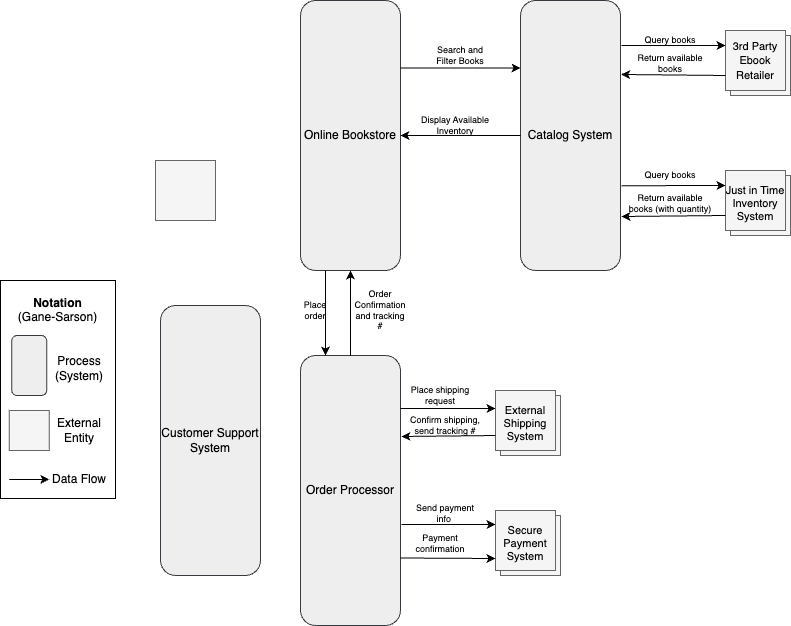
The draw.io diagram Assignment2/Untitled.png in TanHess/SoftwareArchitectureAndDesign, before a commit. Source tidied: cells renumbered, new cells last; positions are measured from the earlier drawing's top-left corner, leaving out a move shared by most shapes.
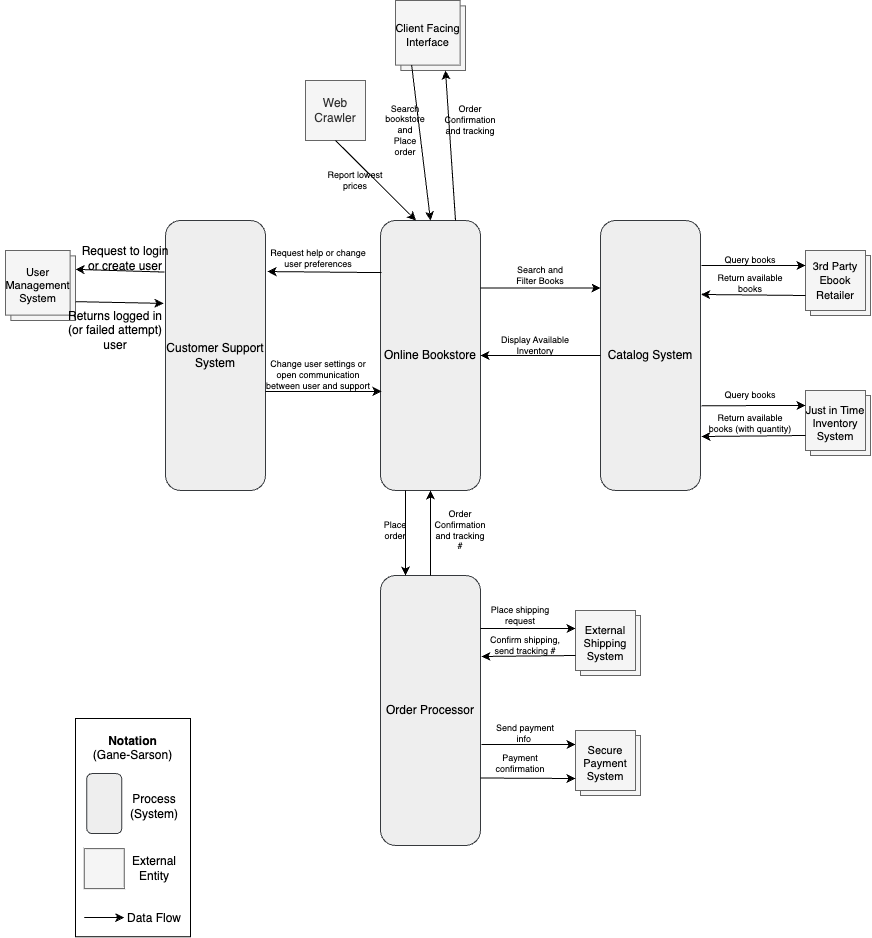
The same diagram one commit later.

Diff of the diagram source:
```diff
@@ -6,7 +6,7 @@
       <mxGeometry x="267" y="55" width="270" height="100" as="geometry" />
     </mxCell>
     <mxCell id="3" style="group;" parent="1" vertex="1">
-      <mxGeometry x="52" y="250" width="115" height="218.1" as="geometry" />
+      <mxGeometry x="47" y="468.1" width="115" height="218.1" as="geometry" />
     </mxCell>
     <mxCell id="4" value="&lt;b&gt;Notation&lt;/b&gt;&lt;br&gt;(Gane-Sarson)&lt;br&gt;&lt;br&gt;&lt;br&gt;&lt;br&gt;&lt;br&gt;&lt;br&gt;&lt;br&gt;&lt;br&gt;&lt;br&gt;&lt;br&gt;&lt;br&gt;&lt;br&gt;" style="rounded=0;whiteSpace=wrap;html=1;rotation=90;direction=east;horizontal=0;labelPosition=center;verticalLabelPosition=middle;align=center;verticalAlign=middle;" parent="3" vertex="1">
       <mxGeometry x="-51.6" y="51.6" width="218.1" height="115" as="geometry" />
@@ -32,8 +32,8 @@
     <mxCell id="10" value="Data Flow" style="text;html=1;strokeColor=none;fillColor=none;align=center;verticalAlign=middle;whiteSpace=wrap;rounded=0;" parent="3" vertex="1">
       <mxGeometry x="48.7" y="184.4" width="60" height="30" as="geometry" />
     </mxCell>
-    <mxCell id="11" style="whiteSpace=wrap;html=1;fillColor=#f5f5f5;strokeColor=#666666;fontColor=#333333;" parent="1" vertex="1">
-      <mxGeometry x="207" y="130" width="60" height="60" as="geometry" />
+    <mxCell id="11" value="Web Crawler" style="whiteSpace=wrap;html=1;fillColor=#f5f5f5;strokeColor=#666666;fontColor=#333333;" parent="1" vertex="1">
+      <mxGeometry x="277" y="-170" width="60" height="60" as="geometry" />
     </mxCell>
     <mxCell id="12" style="group;fontSize=11;" parent="1" vertex="1">
       <mxGeometry x="777" width="65" height="65" as="geometry" />
@@ -69,7 +69,7 @@
       <mxGeometry y="17.5" width="70" height="30" as="geometry" />
     </mxCell>
     <mxCell id="23" value="Customer Support System" style="rounded=1;whiteSpace=wrap;html=1;rotation=90;fillColor=#eeeeee;strokeColor=#36393d;horizontal=0;" parent="1" vertex="1">
-      <mxGeometry x="127" y="360" width="270" height="100" as="geometry" />
+      <mxGeometry x="52" y="55" width="270" height="100" as="geometry" />
     </mxCell>
     <mxCell id="24" value="Order Processor" style="rounded=1;whiteSpace=wrap;html=1;rotation=90;fillColor=#eeeeee;strokeColor=#36393d;horizontal=0;" parent="1" vertex="1">
       <mxGeometry x="267" y="410" width="270" height="100" as="geometry" />
@@ -185,5 +185,79 @@
     <mxCell id="59" value="Payment confirmation" style="text;html=1;strokeColor=none;fillColor=none;align=center;verticalAlign=middle;whiteSpace=wrap;rounded=0;fontSize=9;" parent="1" vertex="1">
       <mxGeometry x="457" y="501.6" width="70" height="21.9" as="geometry" />
     </mxCell>
+    <mxCell id="60" style="group;" parent="1" vertex="1">
+      <mxGeometry x="-23" width="70" height="70" as="geometry" />
+    </mxCell>
+    <mxCell id="61" style="whiteSpace=wrap;html=1;fillColor=#f5f5f5;strokeColor=#666666;fontColor=#333333;" parent="60" vertex="1">
+      <mxGeometry x="5.4" y="5.4" width="64.6" height="64.6" as="geometry" />
+    </mxCell>
+    <mxCell id="62" style="group;" parent="60" vertex="1">
+      <mxGeometry x="-5.4" width="75.4" height="64.6" as="geometry" />
+    </mxCell>
+    <mxCell id="63" style="whiteSpace=wrap;html=1;fillColor=#f5f5f5;strokeColor=#666666;fontColor=#333333;" parent="62" vertex="1">
+      <mxGeometry x="5.4" width="64.6" height="64.6" as="geometry" />
+    </mxCell>
+    <mxCell id="64" value="User Management System" style="text;html=1;strokeColor=none;fillColor=none;align=center;verticalAlign=middle;whiteSpace=wrap;rounded=0;fontSize=11;" parent="62" vertex="1">
+      <mxGeometry y="18.8" width="75.4" height="32.3" as="geometry" />
+    </mxCell>
+    <mxCell id="65" style="endArrow=classic;html=1;rounded=0;exitX=0.5;exitY=1;exitDx=0;exitDy=0;entryX=0;entryY=0.645;entryDx=0;entryDy=0;entryPerimeter=0;" parent="1" edge="1" source="11" target="2">
+      <mxGeometry relative="1" as="geometry" />
+    </mxCell>
+    <mxCell id="66" value="Report lowest prices" style="text;html=1;strokeColor=none;fillColor=none;align=center;verticalAlign=middle;whiteSpace=wrap;rounded=0;fontSize=9;" parent="1" vertex="1">
+      <mxGeometry x="297" y="-80" width="60" height="20" as="geometry" />
+    </mxCell>
+    <mxCell id="67" style="endArrow=classic;html=1;rounded=0;exitX=0.193;exitY=0.99;exitDx=0;exitDy=0;exitPerimeter=0;entryX=0.189;entryY=-0.02;entryDx=0;entryDy=0;entryPerimeter=0;" parent="1" edge="1" source="2" target="23">
+      <mxGeometry relative="1" as="geometry" />
+    </mxCell>
+    <mxCell id="68" style="endArrow=classic;html=1;rounded=0;exitX=0.633;exitY=0;exitDx=0;exitDy=0;exitPerimeter=0;entryX=0.633;entryY=0.99;entryDx=0;entryDy=0;entryPerimeter=0;" parent="1" edge="1" source="23" target="2">
+      <mxGeometry relative="1" as="geometry" />
+    </mxCell>
+    <mxCell id="69" value="Request help or change user preferences" style="text;html=1;strokeColor=none;fillColor=none;align=center;verticalAlign=middle;whiteSpace=wrap;rounded=0;fontSize=9;" parent="1" vertex="1">
+      <mxGeometry x="234.5" y="-7.5" width="110" height="30" as="geometry" />
+    </mxCell>
+    <mxCell id="70" value="Change user settings or open communication between user and support" style="text;html=1;strokeColor=none;fillColor=none;align=center;verticalAlign=middle;whiteSpace=wrap;rounded=0;fontSize=9;" parent="1" vertex="1">
+      <mxGeometry x="234.5" y="110" width="110" height="30" as="geometry" />
+    </mxCell>
+    <mxCell id="71" style="endArrow=classic;html=1;rounded=0;exitX=0.191;exitY=1.01;exitDx=0;exitDy=0;exitPerimeter=0;entryX=1;entryY=0;entryDx=0;entryDy=0;" parent="1" edge="1" source="23" target="64">
+      <mxGeometry relative="1" as="geometry" />
+    </mxCell>
+    <mxCell id="72" value="Request to login or create user" style="text;html=1;strokeColor=none;fillColor=none;align=center;verticalAlign=middle;whiteSpace=wrap;rounded=0;" parent="1" vertex="1">
+      <mxGeometry x="47" y="-2.5" width="100" height="20" as="geometry" />
+    </mxCell>
+    <mxCell id="73" style="endArrow=classic;html=1;rounded=0;exitX=1;exitY=1;exitDx=0;exitDy=0;entryX=0.307;entryY=1.02;entryDx=0;entryDy=0;entryPerimeter=0;" parent="1" edge="1" source="64" target="23">
+      <mxGeometry relative="1" as="geometry" />
+    </mxCell>
+    <mxCell id="74" value="Returns logged in (or failed attempt) user" style="text;html=1;strokeColor=none;fillColor=none;align=center;verticalAlign=middle;whiteSpace=wrap;rounded=0;" parent="1" vertex="1">
+      <mxGeometry x="37" y="70" width="100" height="20" as="geometry" />
+    </mxCell>
+    <mxCell id="75" style="group;" parent="1" vertex="1">
+      <mxGeometry x="367" y="-250" width="70" height="70" as="geometry" />
+    </mxCell>
+    <mxCell id="76" style="whiteSpace=wrap;html=1;fillColor=#f5f5f5;strokeColor=#666666;fontColor=#333333;" parent="75" vertex="1">
+      <mxGeometry x="5.4" y="5.4" width="64.6" height="64.6" as="geometry" />
+    </mxCell>
+    <mxCell id="77" style="group;" parent="75" vertex="1">
+      <mxGeometry x="-5.4" width="75.4" height="64.6" as="geometry" />
+    </mxCell>
+    <mxCell id="78" style="whiteSpace=wrap;html=1;fillColor=#f5f5f5;strokeColor=#666666;fontColor=#333333;" parent="77" vertex="1">
+      <mxGeometry x="5.4" width="64.6" height="64.6" as="geometry" />
+    </mxCell>
+    <mxCell id="79" value="Client Facing Interface" style="text;html=1;strokeColor=none;fillColor=none;align=center;verticalAlign=middle;whiteSpace=wrap;rounded=0;fontSize=11;" parent="77" vertex="1">
+      <mxGeometry y="18.8" width="75.4" height="32.3" as="geometry" />
+    </mxCell>
+    <mxCell id="80" style="endArrow=classic;html=1;rounded=0;entryX=0;entryY=0.5;entryDx=0;entryDy=0;exitX=0.25;exitY=1;exitDx=0;exitDy=0;" parent="1" edge="1" source="78" target="2">
+      <mxGeometry relative="1" as="geometry" />
+    </mxCell>
+    <mxCell id="81" style="endArrow=classic;html=1;rounded=0;exitX=0;exitY=0.25;exitDx=0;exitDy=0;" parent="1" edge="1" source="2">
+      <mxGeometry relative="1" as="geometry">
+        <mxPoint x="417" y="-180" as="targetPoint" />
+      </mxGeometry>
+    </mxCell>
+    <mxCell id="82" value="Order Confirmation and tracking" style="text;html=1;strokeColor=none;fillColor=none;align=center;verticalAlign=middle;whiteSpace=wrap;rounded=0;fontSize=9;" parent="1" vertex="1">
+      <mxGeometry x="422" y="-160" width="40" height="60" as="geometry" />
+    </mxCell>
+    <mxCell id="83" value="Search bookstore and Place order" style="text;html=1;strokeColor=none;fillColor=none;align=center;verticalAlign=middle;whiteSpace=wrap;rounded=0;fontSize=9;" parent="1" vertex="1">
+      <mxGeometry x="357" y="-150" width="40" height="60" as="geometry" />
+    </mxCell>
   </root>
 </mxGraphModel>
```
